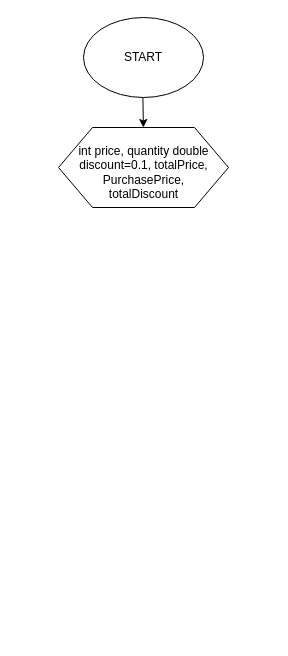
Before: Untitled Diagram.drawio in Binaaa04/jobsheet4, a draw.io diagram. Source tidied: cells renumbered, new cells numbered last; positions are measured from the earlier drawing's top-left corner, leaving out a move shared by most shapes. Both pictures are drawn from the tidied source at 100%, with x=0, y=0 at pixel (58, 17).
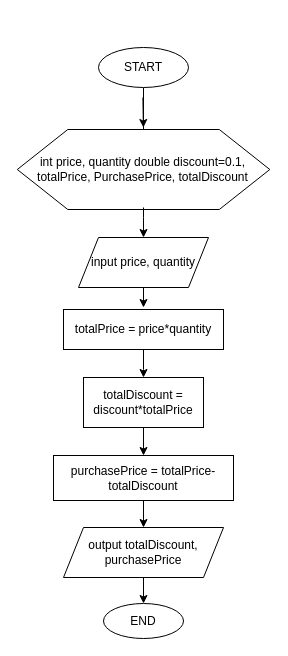
The same diagram, later.

Change to the diagram source:
```diff
@@
+    <mxCell id="6" style="edgeStyle=orthogonalEdgeStyle;rounded=0;jettySize=auto;html=1;" parent="1" edge="1" source="2" target="5">
+      <mxGeometry relative="1" as="geometry" />
+    </mxCell>
     <mxCell id="2" value="START" style="ellipse;whiteSpace=wrap;html=1;" parent="1" vertex="1">
-      <mxGeometry x="25" width="120" height="80" as="geometry" />
+      <mxGeometry x="40" y="30" width="90" height="40" as="geometry" />
     </mxCell>
     <mxCell id="3" style="verticalLabelPosition=bottom;verticalAlign=top;html=1;shape=hexagon;perimeter=hexagonPerimeter2;arcSize=6;size=0.2;" parent="1" vertex="1">
-      <mxGeometry y="110" width="170" height="80" as="geometry" />
+      <mxGeometry x="-41.2" y="112" width="252.5" height="80" as="geometry" />
     </mxCell>
@@
+    <mxCell id="7" style="edgeStyle=orthogonalEdgeStyle;rounded=0;orthogonalLoop=1;jettySize=auto;html=1;" parent="1" edge="1">
+      <mxGeometry relative="1" as="geometry">
+        <mxPoint x="85" y="190" as="sourcePoint" />
+        <mxPoint x="85" y="220" as="targetPoint" />
+        <Array as="points">
+          <mxPoint x="85" y="200" />
+          <mxPoint x="85" y="200" />
+        </Array>
+      </mxGeometry>
+    </mxCell>
     <mxCell id="5" value="int price, quantity double discount=0.1, totalPrice, PurchasePrice, totalDiscount" style="text;strokeColor=none;align=center;fillColor=none;html=1;verticalAlign=middle;whiteSpace=wrap;rounded=0;" parent="1" vertex="1">
-      <mxGeometry x="12.5" y="140" width="145" height="30" as="geometry" />
+      <mxGeometry x="-25.6" y="137" width="221.2" height="30" as="geometry" />
     </mxCell>
+    <mxCell id="8" style="edgeStyle=orthogonalEdgeStyle;rounded=0;jettySize=auto;html=1;" parent="1" edge="1" source="9">
+      <mxGeometry relative="1" as="geometry">
+        <mxPoint x="85" y="290" as="targetPoint" />
+      </mxGeometry>
+    </mxCell>
+    <mxCell id="9" value="input price, quantity" style="shape=parallelogram;perimeter=parallelogramPerimeter;whiteSpace=wrap;html=1;fixedSize=1;" parent="1" vertex="1">
+      <mxGeometry x="20" y="220" width="130" height="50" as="geometry" />
+    </mxCell>
+    <mxCell id="10" style="edgeStyle=orthogonalEdgeStyle;rounded=0;jettySize=auto;html=1;" parent="1" edge="1" source="11">
+      <mxGeometry relative="1" as="geometry">
+        <mxPoint x="85" y="360" as="targetPoint" />
+      </mxGeometry>
+    </mxCell>
+    <mxCell id="11" value="totalPrice = price*quantity" style="whiteSpace=wrap;html=1;" parent="1" vertex="1">
+      <mxGeometry x="5" y="292" width="160" height="40" as="geometry" />
+    </mxCell>
+    <mxCell id="12" style="edgeStyle=orthogonalEdgeStyle;rounded=0;jettySize=auto;html=1;" parent="1" edge="1" source="13" target="15">
+      <mxGeometry relative="1" as="geometry" />
+    </mxCell>
+    <mxCell id="13" value="totalDiscount = discount*totalPrice" style="whiteSpace=wrap;html=1;" parent="1" vertex="1">
+      <mxGeometry x="25" y="360" width="120" height="50" as="geometry" />
+    </mxCell>
+    <mxCell id="14" style="edgeStyle=orthogonalEdgeStyle;rounded=0;jettySize=auto;html=1;" parent="1" edge="1" source="15" target="17">
+      <mxGeometry relative="1" as="geometry" />
+    </mxCell>
+    <mxCell id="15" value="purchasePrice = totalPrice-totalDiscount" style="whiteSpace=wrap;html=1;" parent="1" vertex="1">
+      <mxGeometry x="-5" y="438" width="180" height="45" as="geometry" />
+    </mxCell>
+    <mxCell id="16" style="edgeStyle=orthogonalEdgeStyle;rounded=0;jettySize=auto;html=1;" parent="1" edge="1" source="17" target="18">
+      <mxGeometry relative="1" as="geometry" />
+    </mxCell>
+    <mxCell id="17" value="output totalDiscount, purchasePrice" style="shape=parallelogram;perimeter=parallelogramPerimeter;whiteSpace=wrap;html=1;fixedSize=1;" parent="1" vertex="1">
+      <mxGeometry x="5" y="510" width="160" height="50" as="geometry" />
+    </mxCell>
+    <mxCell id="18" value="END" style="ellipse;whiteSpace=wrap;html=1;" parent="1" vertex="1">
+      <mxGeometry x="45" y="586" width="80" height="35" as="geometry" />
+    </mxCell>
```
